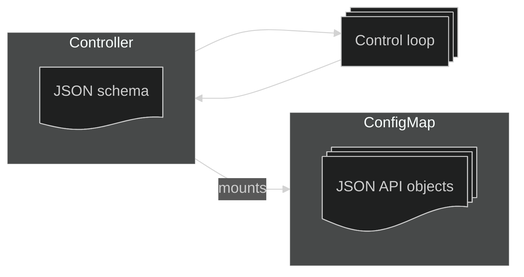
Earlier version of the Mermaid export mermaid/controller.png (gerald1248/operator-antipattern-slides). Its source is kept beside it as mermaid/controller.mmd. Source of this version:
```mermaid
---
config:
  theme: dark
---
flowchart LR
    subgraph controller["Controller"]
      schema@{ shape: doc, label: "JSON schema" }
    end
    subgraph configmap["ConfigMap"]
      configuration@{ shape: docs, label: "JSON API objects" }
    end

    loop@{ shape: procs, label: "Control loop"}

    controller --> loop
    controller -->|mounts| configmap

    loop --> controller
```
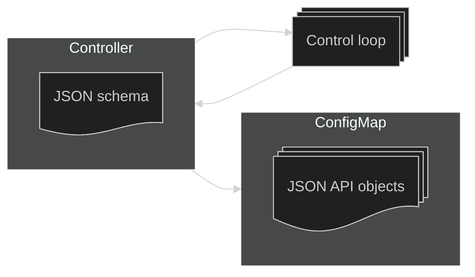
Later version of the same file.

Commit message:
updated controller diagram

Diff of the diagram source:
```diff
@@ -13,6 +13,6 @@
     loop@{ shape: procs, label: "Control loop"}
 
     controller --> loop
-    controller -->|mounts| configmap
+    controller --> configmap
 
     loop --> controller
```
